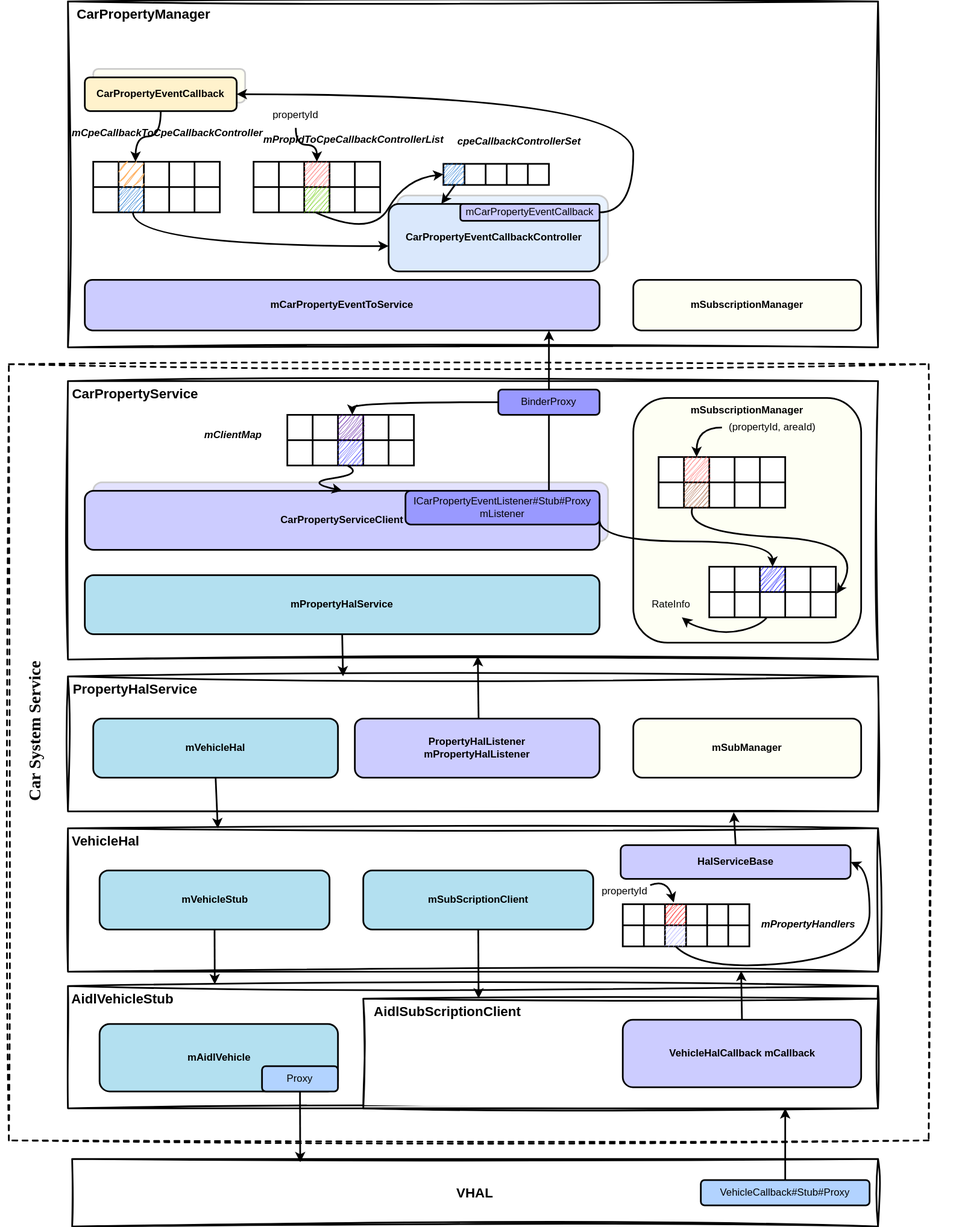
Before: images/2025-8-1-car_property_service/listener.svg, a diagram exported from draw.io (braisedp/braisedp.github.io). Source tidied: cells renumbered, new cells last; positions are measured from the earlier drawing's top-left corner, leaving out a move shared by most shapes.
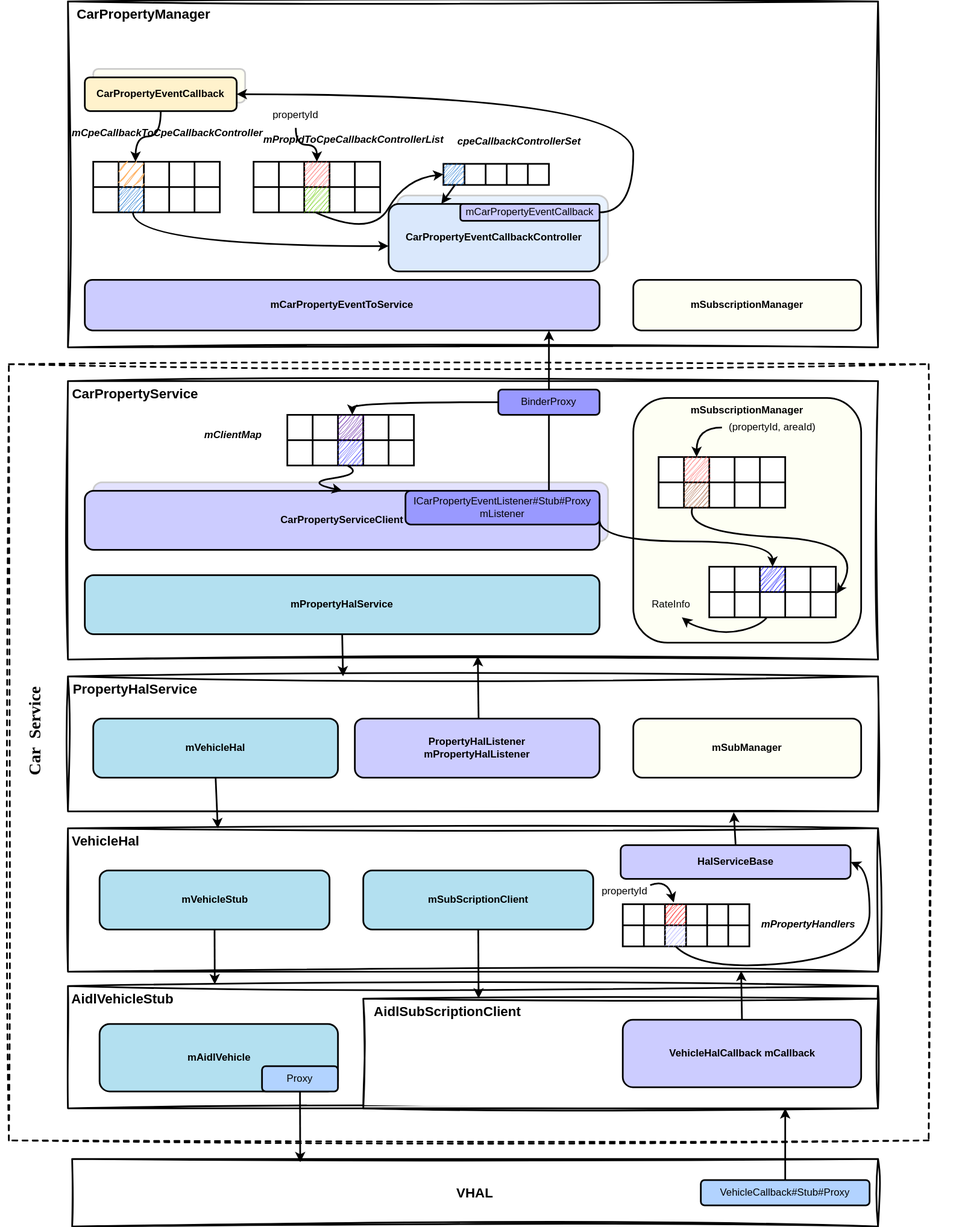
The same diagram one commit later.

Diff of the diagram source:
```diff
@@ -476,7 +476,7 @@
         <mxPoint x="869" y="961" as="targetPoint" />
       </mxGeometry>
     </mxCell>
-    <mxCell id="140" value="Car System Service" style="text;html=1;align=center;verticalAlign=middle;whiteSpace=wrap;rounded=0;fontSize=20;horizontal=0;fontStyle=1;fontFamily=Comic Sans MS;" parent="1" vertex="1">
+    <mxCell id="140" value="Car&amp;nbsp; Service" style="text;html=1;align=center;verticalAlign=middle;whiteSpace=wrap;rounded=0;fontSize=20;horizontal=0;fontStyle=1;fontFamily=Comic Sans MS;" parent="1" vertex="1">
       <mxGeometry x="20" y="680" width="40" height="370" as="geometry" />
     </mxCell>
     <mxCell id="141" style="shape=table;startSize=0;fontSize=16;strokeWidth=2;strokeColor=#000000;" parent="1" vertex="1">
```
